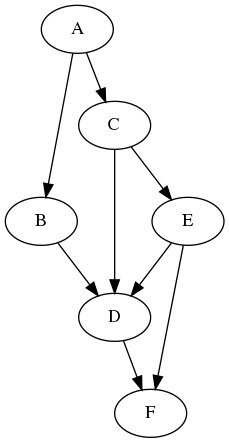
Earlier version of the Graphviz export Projeto_2/grafo.dot.png (joaoadm94/tag-2019-2). Its source is kept beside it as Projeto_2/grafo.dot. The source it was exported from:
```dot
digraph Disciplinas {
"A" -> "B";
"A" -> "C";
"B" -> "D";
"C" -> "D";
"C" -> "E";
"D" -> "F";
"E" -> "D";
"E" -> "F";

}
```
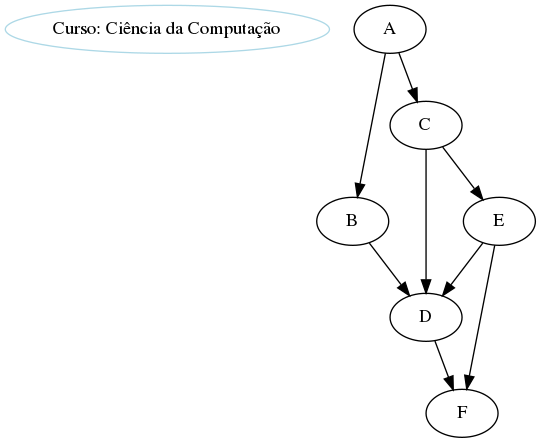
Above is the later version.

Commit message:
nome do curso nos arquivos png

Diff of the diagram source:
```diff
@@ -1,5 +1,5 @@
 digraph Disciplinas {
-"A" -> "B";
+ c [color=lightblue, label="Curso: Ciência da Computação"];"A" -> "B";
 "A" -> "C";
 "B" -> "D";
 "C" -> "D";
```
